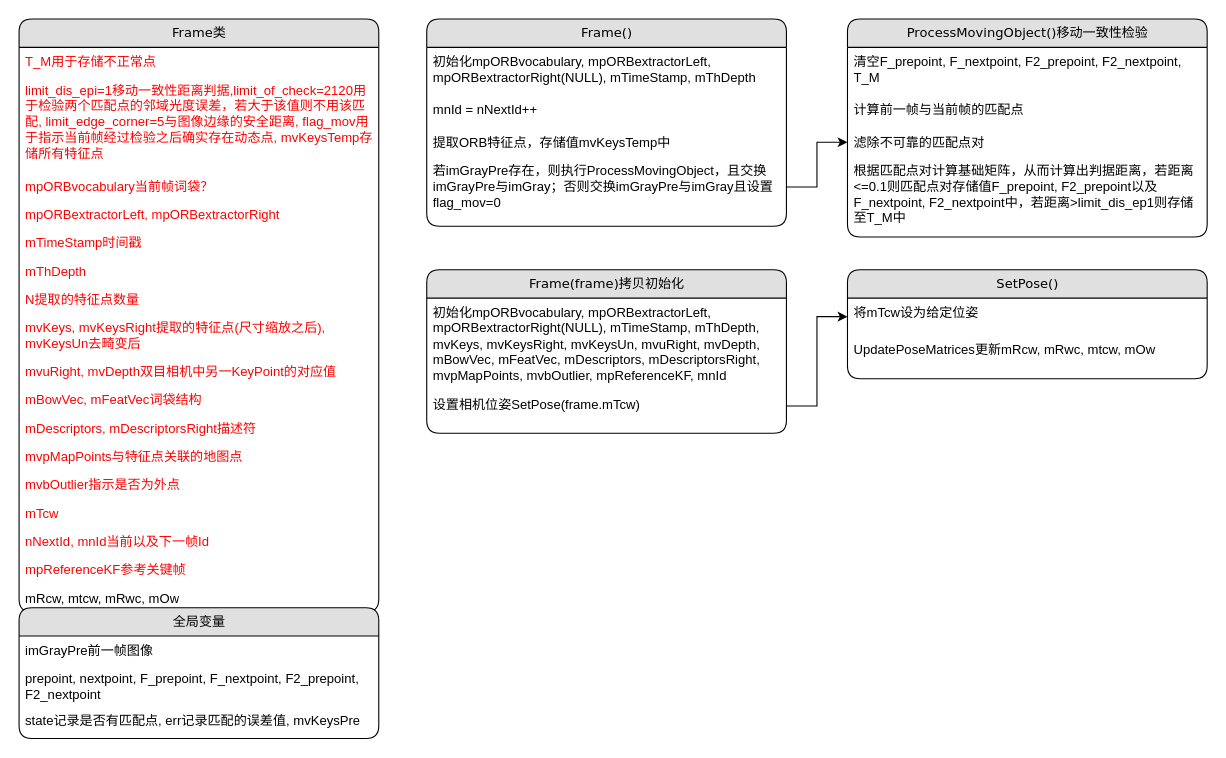
The draw.io diagram page "Frame" (11 of 13) of Untitled Diagram.drawio in gtx818/visual-SLAM, before the edit. Source tidied: cells renumbered, new cells numbered last; positions are measured from the earlier drawing's top-left corner, leaving out a move shared by most shapes. Both pictures are drawn from the tidied source at 109%, with x=0, y=0 at pixel (19, 19).
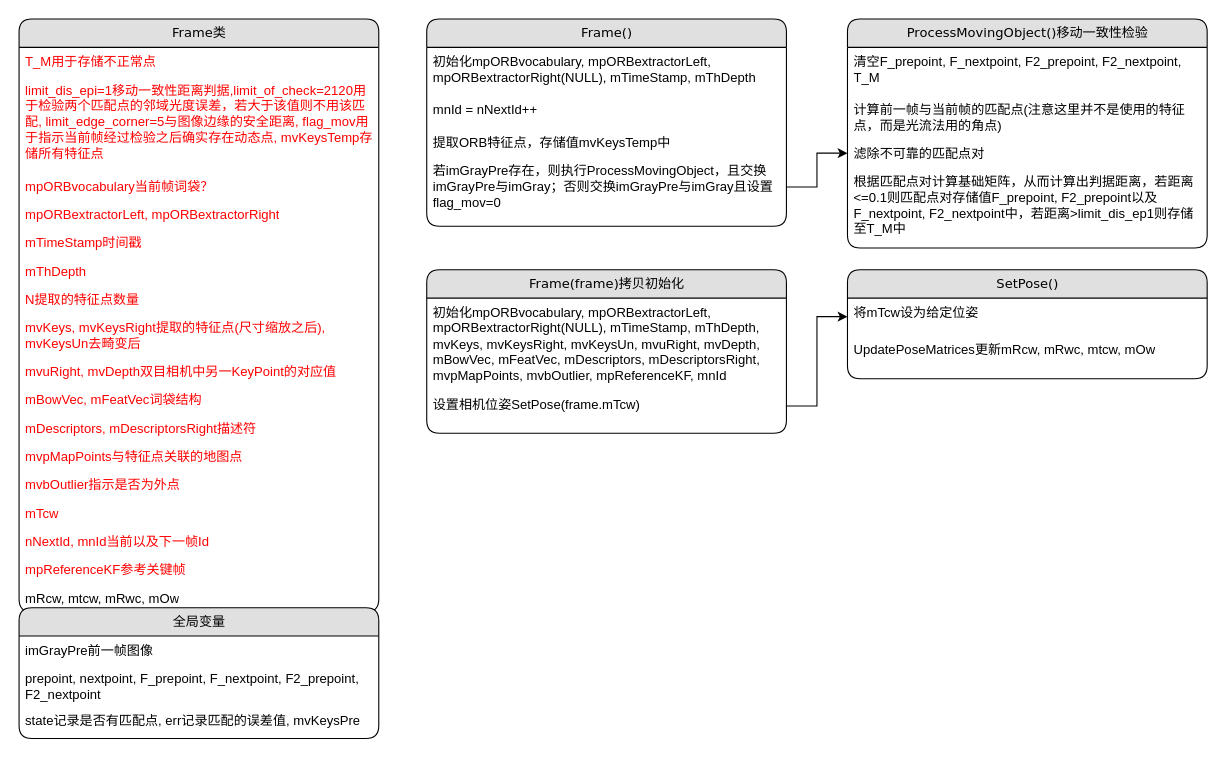
The same page after the edit.

Diff of the diagram source:
```diff
@@
     <mxCell id="32" value="ProcessMovingObject()移动一致性检验" style="swimlane;html=1;fontStyle=0;horizontal=1;startSize=26;fillColor=#e0e0e0;swimlaneFillColor=#ffffff;align=center;rounded=1;shadow=0;comic=0;labelBackgroundColor=none;strokeWidth=1;fontFamily=Verdana;fontSize=12;" parent="1" vertex="1">
-      <mxGeometry x="760" width="330" height="200" as="geometry" />
+      <mxGeometry x="760" width="330" height="210" as="geometry" />
     </mxCell>
@@
-    <mxCell id="34" value="计算前一帧与当前帧的匹配点" style="text;html=1;strokeColor=none;fillColor=none;spacingLeft=4;spacingRight=4;whiteSpace=wrap;overflow=hidden;fontColor=default;" parent="32" vertex="1">
-      <mxGeometry y="70" width="330" height="30" as="geometry" />
+    <mxCell id="34" value="计算前一帧与当前帧的匹配点(注意这里并不是使用的特征点，而是光流法用的角点)" style="text;html=1;strokeColor=none;fillColor=none;spacingLeft=4;spacingRight=4;whiteSpace=wrap;overflow=hidden;fontColor=default;" parent="32" vertex="1">
+      <mxGeometry y="70" width="330" height="40" as="geometry" />
     </mxCell>
     <mxCell id="35" value="滤除不可靠的匹配点对" style="text;html=1;strokeColor=none;fillColor=none;spacingLeft=4;spacingRight=4;whiteSpace=wrap;overflow=hidden;points=[[0,0.5],[1,0.5]];portConstraint=eastwest;fontColor=default;" parent="32" vertex="1">
-      <mxGeometry y="100" width="330" height="26" as="geometry" />
+      <mxGeometry y="110" width="330" height="26" as="geometry" />
     </mxCell>
     <mxCell id="36" value="根据匹配点对计算基础矩阵，从而计算出判据距离，若距离&amp;lt;=0.1则匹配点对存储值F_prepoint, F2_prepoint以及F_nextpoint, F2_nextpoint中，若距离&amp;gt;limit_dis_ep1则存储至T_M中" style="text;html=1;strokeColor=none;fillColor=none;spacingLeft=4;spacingRight=4;whiteSpace=wrap;overflow=hidden;fontColor=default;" parent="32" vertex="1">
-      <mxGeometry y="126" width="330" height="74" as="geometry" />
+      <mxGeometry y="136" width="330" height="74" as="geometry" />
     </mxCell>
```
